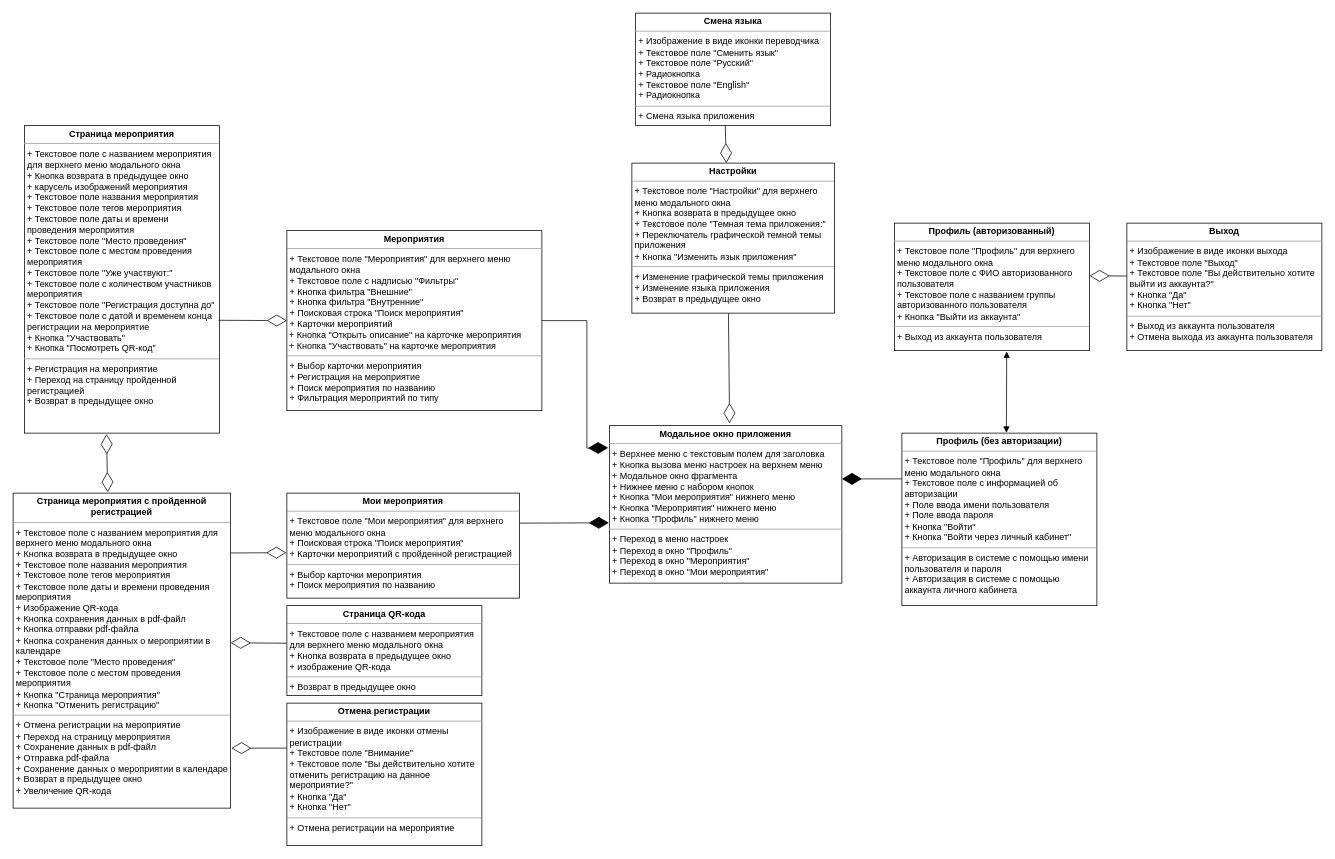
Earlier version of the draw.io diagram page "Страница 1" (1 of 2) of doc/Проектирование/new/Диаграмма интерфейсных классов/Диграмма интерфейсных классов.drawio (RUGameLink/projectQ). Source tidied: cells renumbered, new cells numbered last; positions are measured from the earlier drawing's top-left corner, leaving out a move shared by most shapes. Both pictures are drawn from the tidied source at 75%, with x=0, y=0 at pixel (13, 13).
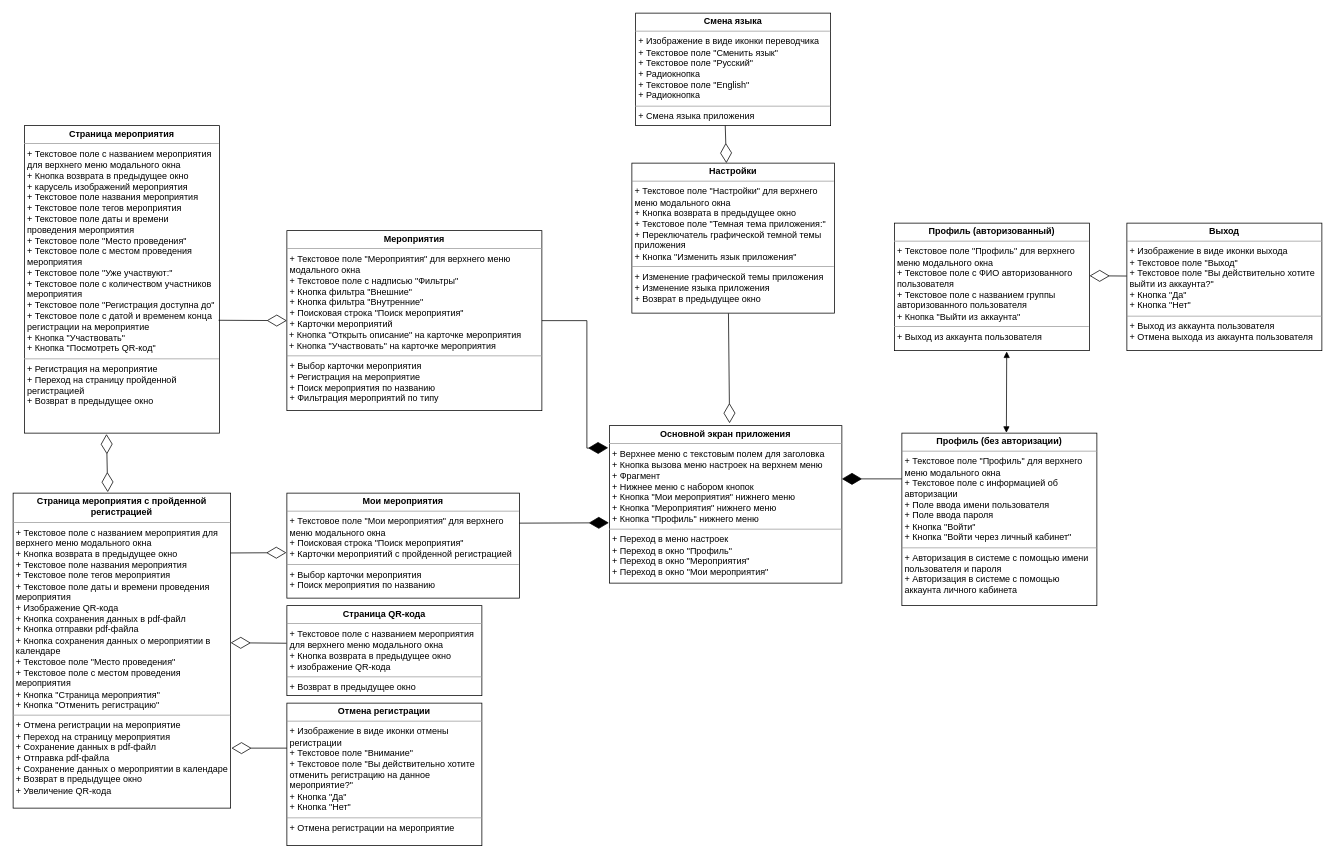
The same page after the edit.

Diff of the diagram source:
```diff
@@
-    <mxCell id="8" value="&lt;p style=&quot;margin:0px;margin-top:4px;text-align:center;&quot;&gt;&lt;b&gt;Модальное окно приложения&lt;/b&gt;&lt;/p&gt;&lt;hr size=&quot;1&quot;&gt;&lt;p style=&quot;border-color: var(--border-color); margin: 0px 0px 0px 4px;&quot;&gt;+ Верхнее меню с текстовым полем для заголовка&lt;/p&gt;&lt;p style=&quot;border-color: var(--border-color); margin: 0px 0px 0px 4px;&quot;&gt;+ Кнопка вызова меню настроек на верхнем меню&lt;/p&gt;&lt;p style=&quot;border-color: var(--border-color); margin: 0px 0px 0px 4px;&quot;&gt;+ Модальное окно фрагмента&lt;/p&gt;&lt;p style=&quot;margin:0px;margin-left:4px;&quot;&gt;+ Нижнее меню с набором кнопок&lt;/p&gt;&lt;p style=&quot;margin:0px;margin-left:4px;&quot;&gt;+ Кнопка &quot;Мои мероприятия&quot; нижнего меню&lt;br style=&quot;border-color: var(--border-color);&quot;&gt;+ Кнопка &quot;Мероприятия&quot; нижнего меню&lt;br style=&quot;border-color: var(--border-color);&quot;&gt;+ Кнопка &quot;Профиль&quot; нижнего меню&lt;br&gt;&lt;/p&gt;&lt;hr size=&quot;1&quot;&gt;&lt;p style=&quot;margin:0px;margin-left:4px;&quot;&gt;&lt;span style=&quot;background-color: initial;&quot;&gt;+ Переход в меню настроек&lt;/span&gt;&lt;br&gt;&lt;/p&gt;&lt;p style=&quot;border-color: var(--border-color); margin: 0px 0px 0px 4px;&quot;&gt;+ Переход в окно &quot;Профиль&quot;&lt;/p&gt;&lt;p style=&quot;border-color: var(--border-color); margin: 0px 0px 0px 4px;&quot;&gt;+ Переход в окно &quot;Мероприятия&quot;&lt;/p&gt;&lt;p style=&quot;border-color: var(--border-color); margin: 0px 0px 0px 4px;&quot;&gt;+ Переход в окно &quot;Мои мероприятия&quot;&lt;br&gt;&lt;/p&gt;" style="verticalAlign=top;align=left;overflow=fill;fontSize=12;fontFamily=Helvetica;html=1;whiteSpace=wrap;" parent="1" vertex="1">
+    <mxCell id="8" value="&lt;p style=&quot;margin:0px;margin-top:4px;text-align:center;&quot;&gt;&lt;b&gt;Основной экран приложения&lt;/b&gt;&lt;/p&gt;&lt;hr size=&quot;1&quot;&gt;&lt;p style=&quot;border-color: var(--border-color); margin: 0px 0px 0px 4px;&quot;&gt;+ Верхнее меню с текстовым полем для заголовка&lt;/p&gt;&lt;p style=&quot;border-color: var(--border-color); margin: 0px 0px 0px 4px;&quot;&gt;+ Кнопка вызова меню настроек на верхнем меню&lt;/p&gt;&lt;p style=&quot;border-color: var(--border-color); margin: 0px 0px 0px 4px;&quot;&gt;+ Фрагмент&lt;/p&gt;&lt;p style=&quot;margin:0px;margin-left:4px;&quot;&gt;+ Нижнее меню с набором кнопок&lt;/p&gt;&lt;p style=&quot;margin:0px;margin-left:4px;&quot;&gt;+ Кнопка &quot;Мои мероприятия&quot; нижнего меню&lt;br style=&quot;border-color: var(--border-color);&quot;&gt;+ Кнопка &quot;Мероприятия&quot; нижнего меню&lt;br style=&quot;border-color: var(--border-color);&quot;&gt;+ Кнопка &quot;Профиль&quot; нижнего меню&lt;br&gt;&lt;/p&gt;&lt;hr size=&quot;1&quot;&gt;&lt;p style=&quot;margin:0px;margin-left:4px;&quot;&gt;&lt;span style=&quot;background-color: initial;&quot;&gt;+ Переход в меню настроек&lt;/span&gt;&lt;br&gt;&lt;/p&gt;&lt;p style=&quot;border-color: var(--border-color); margin: 0px 0px 0px 4px;&quot;&gt;+ Переход в окно &quot;Профиль&quot;&lt;/p&gt;&lt;p style=&quot;border-color: var(--border-color); margin: 0px 0px 0px 4px;&quot;&gt;+ Переход в окно &quot;Мероприятия&quot;&lt;/p&gt;&lt;p style=&quot;border-color: var(--border-color); margin: 0px 0px 0px 4px;&quot;&gt;+ Переход в окно &quot;Мои мероприятия&quot;&lt;br&gt;&lt;/p&gt;" style="verticalAlign=top;align=left;overflow=fill;fontSize=12;fontFamily=Helvetica;html=1;whiteSpace=wrap;" parent="1" vertex="1">
       <mxGeometry x="795" y="550" width="310" height="210" as="geometry" />
     </mxCell>
```
